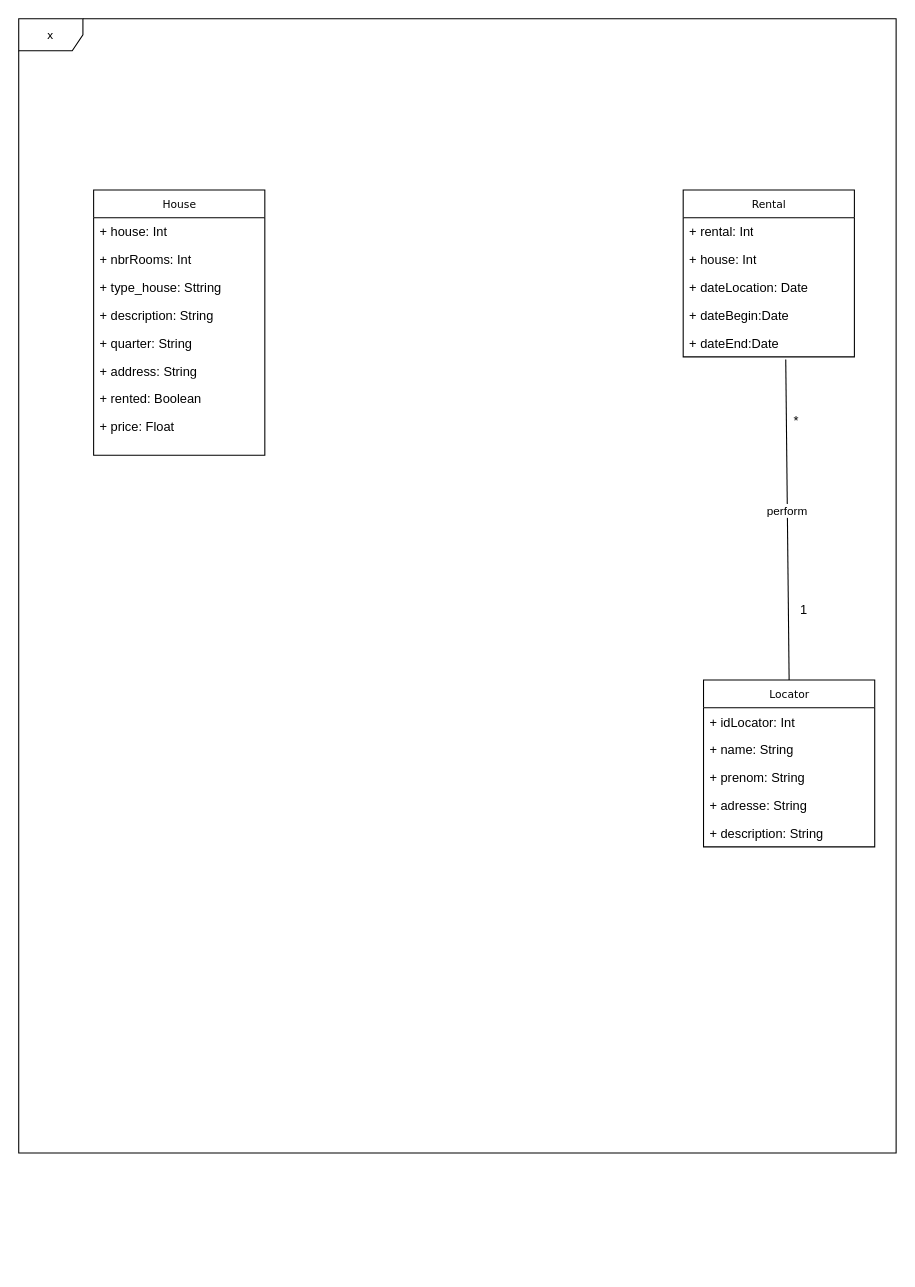
Before: Untitled Diagram.drawio in Archippe-m-arkip/location-maison, a draw.io diagram. Source tidied: cells renumbered, new cells numbered last; positions are measured from the earlier drawing's top-left corner, leaving out a move shared by most shapes. Both pictures are drawn from the tidied source at 107%, with x=0, y=0 at pixel (18, 18).
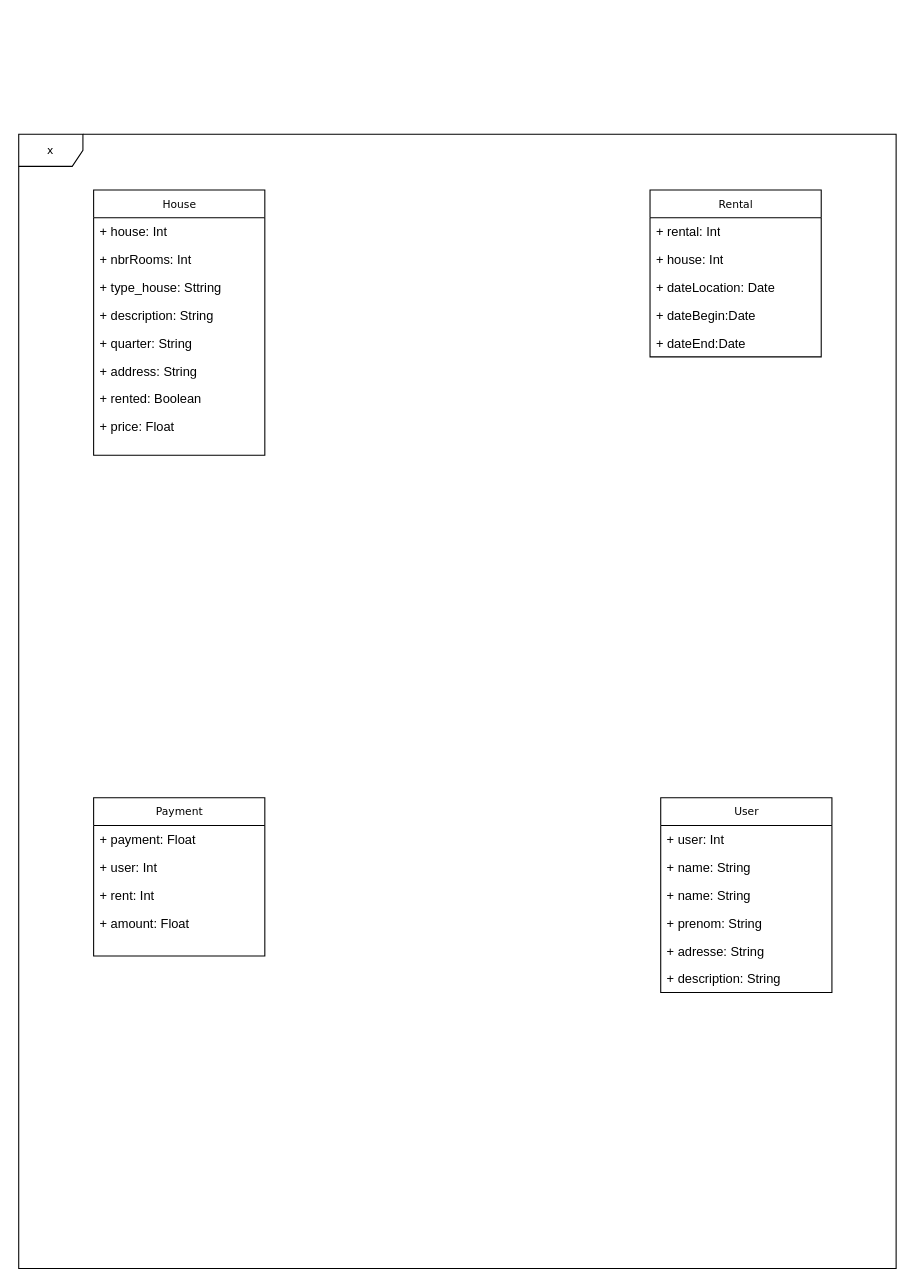
The same diagram, later.

The change refers to these unchanged cells:
```xml
<mxCell id="12" value="+ dateEnd:Date" style="text;html=1;strokeColor=none;fillColor=none;align=left;verticalAlign=top;spacingLeft=4;spacingRight=4;whiteSpace=wrap;overflow=hidden;points=[[0,0.5],[1,0.5]];portConstraint=eastwest;" parent="7" vertex="1">
  <mxGeometry y="130" width="160" height="26" as="geometry" />
</mxCell>
```

Diff of the diagram source:
```diff
@@
     <mxCell id="2" value="x" style="shape=umlFrame;whiteSpace=wrap;html=1;rounded=0;shadow=0;comic=0;labelBackgroundColor=none;strokeWidth=1;fontFamily=Verdana;fontSize=10;align=center;" parent="1" vertex="1">
-      <mxGeometry width="820" height="1060" as="geometry" />
+      <mxGeometry y="108" width="820" height="1060" as="geometry" />
     </mxCell>
@@
     <mxCell id="7" value="Rental" style="swimlane;html=1;fontStyle=0;horizontal=1;startSize=26;fillColor=none;swimlaneFillColor=#ffffff;rounded=0;shadow=0;comic=0;labelBackgroundColor=none;strokeWidth=1;fontFamily=Verdana;fontSize=10;align=center;" parent="1" vertex="1">
-      <mxGeometry x="621" y="160" width="160" height="156" as="geometry" />
+      <mxGeometry x="590" y="160" width="160" height="156" as="geometry" />
     </mxCell>
@@
-    <mxCell id="22" value="Locator" style="swimlane;html=1;fontStyle=0;horizontal=1;startSize=26;fillColor=none;swimlaneFillColor=#ffffff;rounded=0;shadow=0;comic=0;labelBackgroundColor=none;strokeWidth=1;fontFamily=Verdana;fontSize=10;align=center;" parent="1" vertex="1">
-      <mxGeometry x="640" y="618" width="160" height="156" as="geometry" />
+    <mxCell id="22" value="User" style="swimlane;html=1;fontStyle=0;horizontal=1;startSize=26;fillColor=none;swimlaneFillColor=#ffffff;rounded=0;shadow=0;comic=0;labelBackgroundColor=none;strokeWidth=1;fontFamily=Verdana;fontSize=10;align=center;" parent="1" vertex="1">
+      <mxGeometry x="600" y="728" width="160" height="182" as="geometry" />
     </mxCell>
+    <mxCell id="32" value="+ user: Int" style="text;html=1;strokeColor=none;fillColor=none;align=left;verticalAlign=top;spacingLeft=4;spacingRight=4;whiteSpace=wrap;overflow=hidden;" parent="22" vertex="1">
+      <mxGeometry y="26" width="160" height="26" as="geometry" />
+    </mxCell>
-    <mxCell id="23" value="+ idLocator: Int" style="text;html=1;strokeColor=none;fillColor=none;align=left;verticalAlign=top;spacingLeft=4;spacingRight=4;whiteSpace=wrap;overflow=hidden;" parent="22" vertex="1">
-      <mxGeometry y="26" width="160" height="26" as="geometry" />
+    <mxCell id="23" value="+ name: String" style="text;html=1;strokeColor=none;fillColor=none;align=left;verticalAlign=top;spacingLeft=4;spacingRight=4;whiteSpace=wrap;overflow=hidden;" parent="22" vertex="1">
+      <mxGeometry y="52" width="160" height="26" as="geometry" />
     </mxCell>
     <mxCell id="24" value="+ name: String" style="text;html=1;strokeColor=none;fillColor=none;align=left;verticalAlign=top;spacingLeft=4;spacingRight=4;whiteSpace=wrap;overflow=hidden;" parent="22" vertex="1">
-      <mxGeometry y="52" width="160" height="26" as="geometry" />
+      <mxGeometry y="78" width="160" height="26" as="geometry" />
     </mxCell>
     <mxCell id="25" value="+ prenom: String" style="text;html=1;strokeColor=none;fillColor=none;align=left;verticalAlign=top;spacingLeft=4;spacingRight=4;whiteSpace=wrap;overflow=hidden;" parent="22" vertex="1">
-      <mxGeometry y="78" width="160" height="26" as="geometry" />
+      <mxGeometry y="104" width="160" height="26" as="geometry" />
     </mxCell>
     <mxCell id="26" value="+ adresse: String" style="text;html=1;strokeColor=none;fillColor=none;align=left;verticalAlign=top;spacingLeft=4;spacingRight=4;whiteSpace=wrap;overflow=hidden;" parent="22" vertex="1">
-      <mxGeometry y="104" width="160" height="26" as="geometry" />
+      <mxGeometry y="130" width="160" height="26" as="geometry" />
     </mxCell>
     <mxCell id="27" value="+ description: String" style="text;html=1;strokeColor=none;fillColor=none;align=left;verticalAlign=top;spacingLeft=4;spacingRight=4;whiteSpace=wrap;overflow=hidden;" parent="22" vertex="1">
-      <mxGeometry y="130" width="160" height="26" as="geometry" />
+      <mxGeometry y="156" width="160" height="26" as="geometry" />
     </mxCell>
-    <mxCell id="28" style="endArrow=none;html=1;rounded=0;entryX=0.5;entryY=0;entryDx=0;entryDy=0;exitX=0.599;exitY=1.091;exitDx=0;exitDy=0;exitPerimeter=0;" parent="1" edge="1" source="12" target="22">
-      <mxGeometry relative="1" as="geometry" />
-    </mxCell>
-    <mxCell id="29" value="perform" style="edgeLabel;html=1;align=center;verticalAlign=middle;" parent="28" vertex="1">
-      <mxGeometry x="-0.06" y="-1" relative="1" as="geometry" />
-    </mxCell>
-    <mxCell id="30" value="*" style="text;html=1;align=center;verticalAlign=middle;whiteSpace=wrap;rounded=0;" parent="1" vertex="1">
-      <mxGeometry x="697" y="361" width="60" height="30" as="geometry" />
-    </mxCell>
-    <mxCell id="31" value="1" style="text;html=1;align=center;verticalAlign=middle;whiteSpace=wrap;rounded=0;" parent="1" vertex="1">
-      <mxGeometry x="704" y="538" width="60" height="30" as="geometry" />
-    </mxCell>
+    <mxCell id="33" value="Payment" style="swimlane;html=1;fontStyle=0;horizontal=1;startSize=26;fillColor=none;swimlaneFillColor=#ffffff;rounded=0;shadow=0;comic=0;labelBackgroundColor=none;strokeWidth=1;fontFamily=Verdana;fontSize=10;align=center;" parent="1" vertex="1">
+      <mxGeometry x="70" y="728" width="160" height="148" as="geometry" />
+    </mxCell>
+    <mxCell id="34" value="+ payment: Float" style="text;html=1;strokeColor=none;fillColor=none;align=left;verticalAlign=top;spacingLeft=4;spacingRight=4;whiteSpace=wrap;overflow=hidden;" parent="33" vertex="1">
+      <mxGeometry y="26" width="160" height="26" as="geometry" />
+    </mxCell>
+    <mxCell id="35" value="+ user: Int" style="text;html=1;strokeColor=none;fillColor=none;align=left;verticalAlign=top;spacingLeft=4;spacingRight=4;whiteSpace=wrap;overflow=hidden;" parent="33" vertex="1">
+      <mxGeometry y="52" width="160" height="26" as="geometry" />
+    </mxCell>
+    <mxCell id="36" value="+ rent: Int" style="text;html=1;strokeColor=none;fillColor=none;align=left;verticalAlign=top;spacingLeft=4;spacingRight=4;whiteSpace=wrap;overflow=hidden;" parent="33" vertex="1">
+      <mxGeometry y="78" width="160" height="26" as="geometry" />
+    </mxCell>
+    <mxCell id="37" value="+ amount: Float" style="text;html=1;strokeColor=none;fillColor=none;align=left;verticalAlign=top;spacingLeft=4;spacingRight=4;whiteSpace=wrap;overflow=hidden;" parent="33" vertex="1">
+      <mxGeometry y="104" width="160" height="26" as="geometry" />
+    </mxCell>
```
